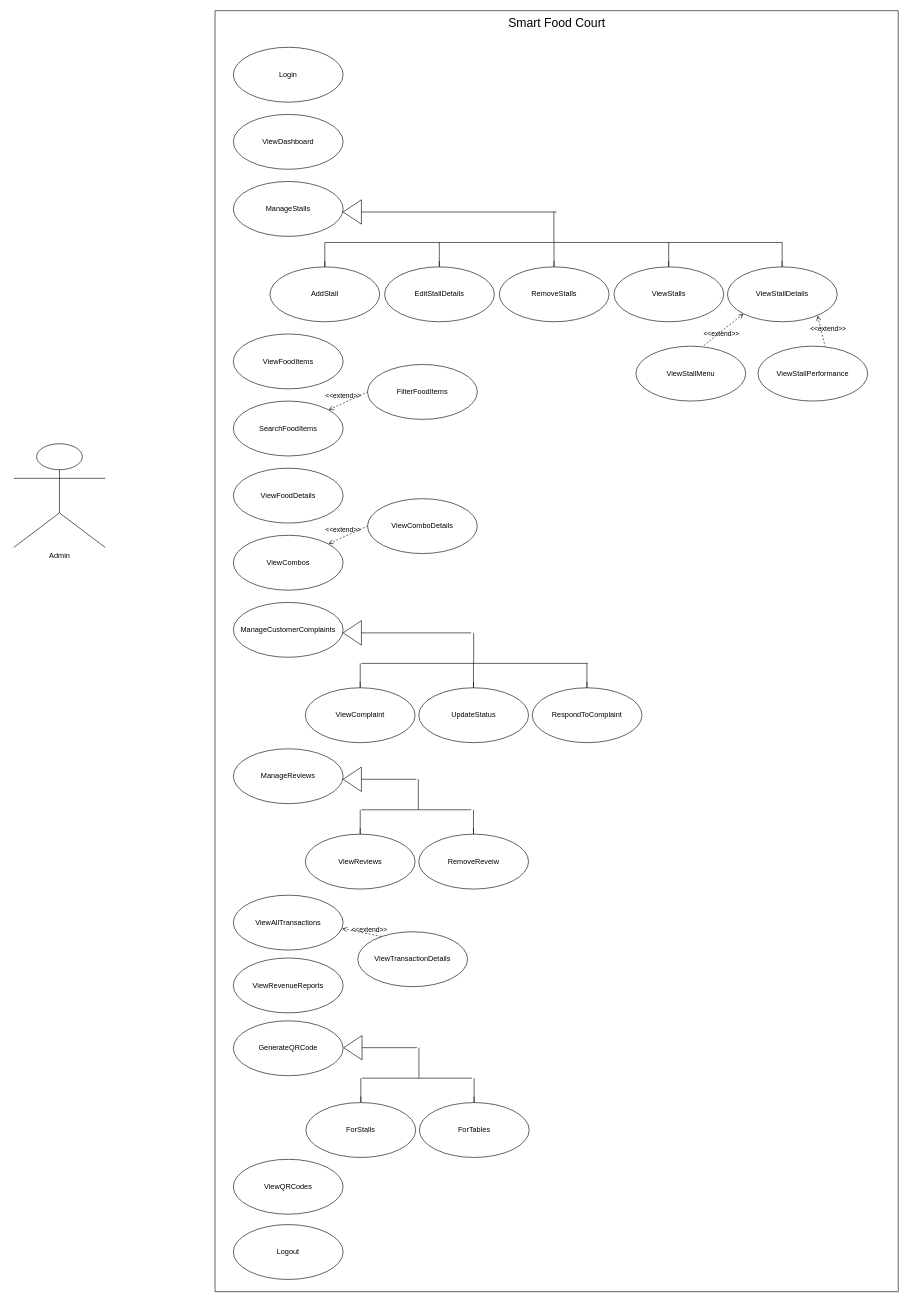
Above: usecase/ADMIN USECASE.drawio in arafatmansuri/SmartFoodCourt-System-Design (draw.io), before the change. Source tidied: cells renumbered, new cells numbered last; positions are measured from the earlier drawing's top-left corner, leaving out a move shared by most shapes. Both pictures are drawn from the tidied source at 61%, with x=0, y=0 at pixel (13, 10).
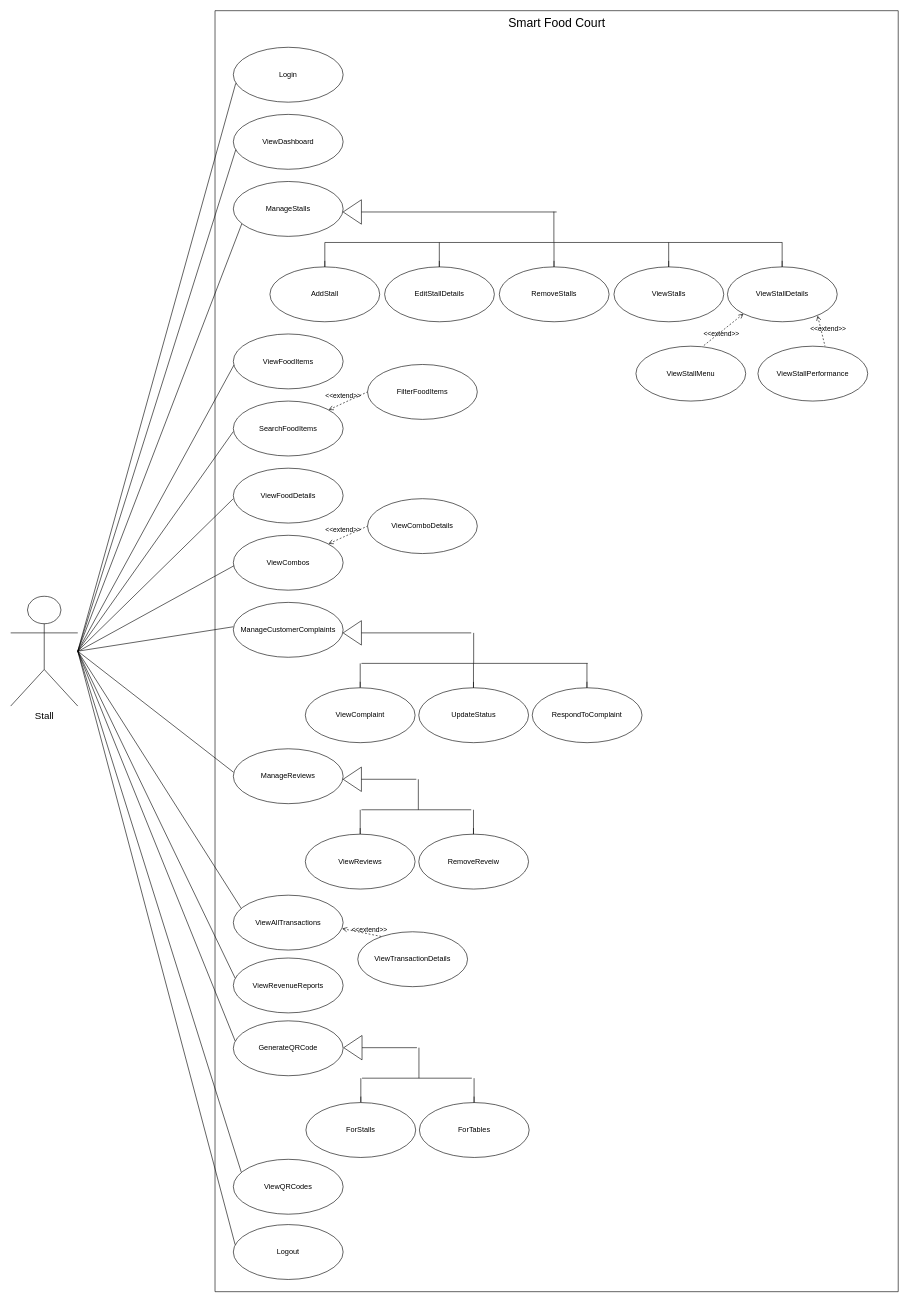
Above is the later version.

Commit message:
Add Relation Line between User And UseCases ADMIN USECASE.drawio

The change refers to these unchanged cells:
```xml
<mxCell id="2" style="swimlane;startSize=0;labelBackgroundColor=none;" parent="1" vertex="1">
  <mxGeometry x="330" width="1120" height="2100" as="geometry" />
</mxCell>
<mxCell id="52" value="ManageReviews" style="ellipse;whiteSpace=wrap;html=1;labelBackgroundColor=none;" parent="2" vertex="1">
  <mxGeometry x="30" y="1210" width="180" height="90" as="geometry" />
</mxCell>
<mxCell id="53" value="ViewAllTransactions" style="ellipse;whiteSpace=wrap;html=1;labelBackgroundColor=none;" parent="2" vertex="1">
  <mxGeometry x="30" y="1450" width="180" height="90" as="geometry" />
</mxCell>
```

Change to the diagram source:
```diff
@@
-    <mxCell id="68" value="Admin" style="shape=umlActor;verticalLabelPosition=bottom;verticalAlign=top;html=1;" parent="1" vertex="1">
-      <mxGeometry y="710" width="150" height="170" as="geometry" />
-    </mxCell>
+    <mxCell id="69" style="endArrow=none;html=1;rounded=0;jumpStyle=none;shadow=0;" parent="2" edge="1">
+      <mxGeometry relative="1" as="geometry">
+        <mxPoint x="-225" y="1050" as="sourcePoint" />
+        <mxPoint x="30" y="690" as="targetPoint" />
+      </mxGeometry>
+    </mxCell>
+    <mxCell id="70" style="endArrow=none;html=1;rounded=0;jumpStyle=none;shadow=0;entryX=0.072;entryY=0.241;entryDx=0;entryDy=0;entryPerimeter=0;" parent="2" edge="1">
+      <mxGeometry relative="1" as="geometry">
+        <mxPoint x="-225" y="1050" as="sourcePoint" />
+        <mxPoint x="33" y="1689" as="targetPoint" />
+      </mxGeometry>
+    </mxCell>
+    <mxCell id="71" style="endArrow=none;html=1;rounded=0;jumpStyle=none;shadow=0;entryX=0.072;entryY=0.241;entryDx=0;entryDy=0;entryPerimeter=0;" parent="2" edge="1">
+      <mxGeometry relative="1" as="geometry">
+        <mxPoint x="-225" y="1050" as="sourcePoint" />
+        <mxPoint x="43" y="1904" as="targetPoint" />
+      </mxGeometry>
+    </mxCell>
+    <mxCell id="72" style="endArrow=none;html=1;rounded=0;jumpStyle=none;shadow=0;entryX=0.072;entryY=0.241;entryDx=0;entryDy=0;entryPerimeter=0;" parent="2" edge="1">
+      <mxGeometry relative="1" as="geometry">
+        <mxPoint x="-225" y="1050" as="sourcePoint" />
+        <mxPoint x="33" y="2023" as="targetPoint" />
+      </mxGeometry>
+    </mxCell>
+    <mxCell id="73" style="endArrow=none;html=1;rounded=0;jumpStyle=none;shadow=0;" parent="1" edge="1">
+      <mxGeometry relative="1" as="geometry">
+        <mxPoint x="105" y="1050" as="sourcePoint" />
+        <mxPoint x="364" y="119" as="targetPoint" />
+      </mxGeometry>
+    </mxCell>
+    <mxCell id="74" style="endArrow=none;html=1;rounded=0;jumpStyle=none;shadow=0;" parent="1" edge="1">
+      <mxGeometry relative="1" as="geometry">
+        <mxPoint x="105" y="1050" as="sourcePoint" />
+        <mxPoint x="364" y="228" as="targetPoint" />
+      </mxGeometry>
+    </mxCell>
+    <mxCell id="75" style="endArrow=none;html=1;rounded=0;jumpStyle=none;shadow=0;" parent="1" edge="1">
+      <mxGeometry relative="1" as="geometry">
+        <mxPoint x="105" y="1050" as="sourcePoint" />
+        <mxPoint x="374" y="349" as="targetPoint" />
+      </mxGeometry>
+    </mxCell>
+    <mxCell id="76" style="endArrow=none;html=1;rounded=0;jumpStyle=none;shadow=0;" parent="1" edge="1">
+      <mxGeometry relative="1" as="geometry">
+        <mxPoint x="105" y="1050" as="sourcePoint" />
+        <mxPoint x="361" y="581" as="targetPoint" />
+      </mxGeometry>
+    </mxCell>
+    <mxCell id="77" style="endArrow=none;html=1;rounded=0;jumpStyle=none;shadow=0;" parent="1" edge="1">
+      <mxGeometry relative="1" as="geometry">
+        <mxPoint x="105" y="1050" as="sourcePoint" />
+        <mxPoint x="360" y="800" as="targetPoint" />
+      </mxGeometry>
+    </mxCell>
+    <mxCell id="78" style="endArrow=none;html=1;rounded=0;jumpStyle=none;shadow=0;" parent="1" edge="1">
+      <mxGeometry relative="1" as="geometry">
+        <mxPoint x="106" y="1050" as="sourcePoint" />
+        <mxPoint x="361" y="910" as="targetPoint" />
+      </mxGeometry>
+    </mxCell>
+    <mxCell id="79" style="endArrow=none;html=1;rounded=0;jumpStyle=none;shadow=0;" parent="1" edge="1">
+      <mxGeometry relative="1" as="geometry">
+        <mxPoint x="105" y="1050" as="sourcePoint" />
+        <mxPoint x="360" y="1010" as="targetPoint" />
+      </mxGeometry>
+    </mxCell>
+    <mxCell id="80" style="endArrow=none;html=1;rounded=0;jumpStyle=none;shadow=0;entryX=0.002;entryY=0.428;entryDx=0;entryDy=0;entryPerimeter=0;" parent="1" edge="1" target="52">
+      <mxGeometry relative="1" as="geometry">
+        <mxPoint x="105" y="1050" as="sourcePoint" />
+      </mxGeometry>
+    </mxCell>
+    <mxCell id="81" style="endArrow=none;html=1;rounded=0;jumpStyle=none;shadow=0;entryX=0.072;entryY=0.241;entryDx=0;entryDy=0;entryPerimeter=0;" parent="1" edge="1" target="53">
+      <mxGeometry relative="1" as="geometry">
+        <mxPoint x="105" y="1050" as="sourcePoint" />
+      </mxGeometry>
+    </mxCell>
+    <mxCell id="82" style="endArrow=none;html=1;rounded=0;jumpStyle=none;shadow=0;entryX=0.072;entryY=0.241;entryDx=0;entryDy=0;entryPerimeter=0;" parent="1" edge="1">
+      <mxGeometry relative="1" as="geometry">
+        <mxPoint x="105" y="1050" as="sourcePoint" />
+        <mxPoint x="363" y="1586" as="targetPoint" />
+      </mxGeometry>
+    </mxCell>
+    <mxCell id="83" value="&lt;font style=&quot;font-size: 16px;&quot;&gt;Stall&lt;/font&gt;" style="shape=umlActor;verticalLabelPosition=bottom;verticalAlign=top;html=1;labelBackgroundColor=none;" parent="1" vertex="1">
+      <mxGeometry x="-5" y="960" width="110" height="180" as="geometry" />
+    </mxCell>
```
